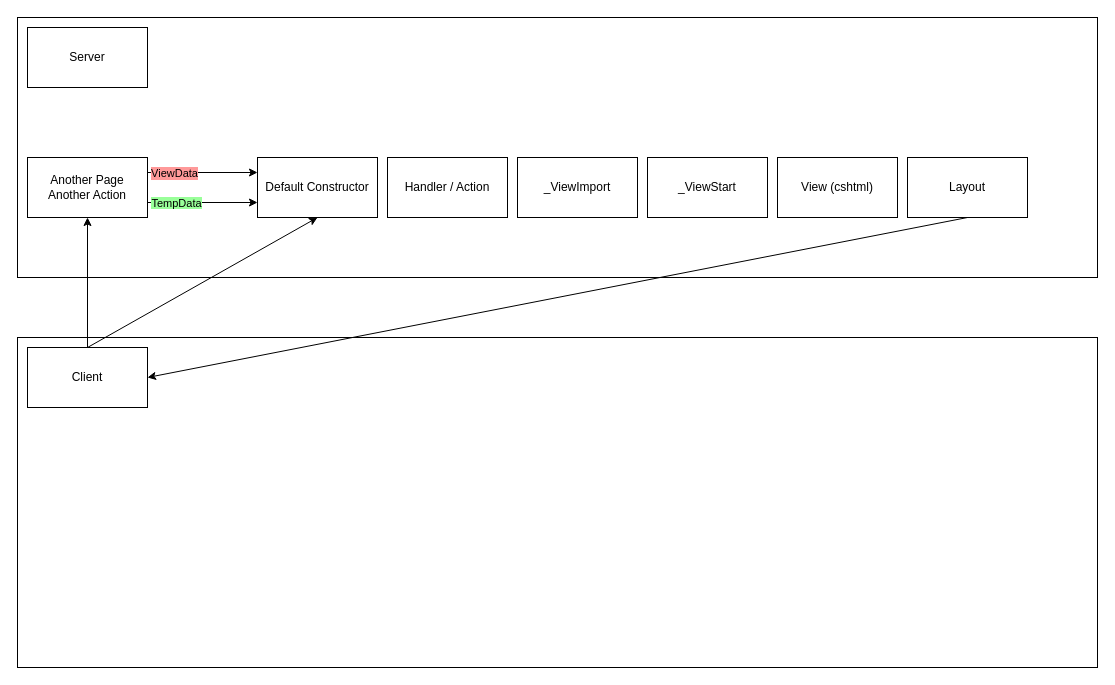
Dariush-Tasdighi/Learning-ASP.NET-Core-Razor-Pages-Bootstrap-5 keeps this draw.io diagram as Server/Documents/ViewData_TempData.drawio. Above is the earlier version. Source tidied: cells renumbered, new cells numbered last; positions are measured from the earlier drawing's top-left corner, leaving out a move shared by most shapes. Both pictures are drawn from the tidied source at 100%, with x=0, y=0 at pixel (17, 17).
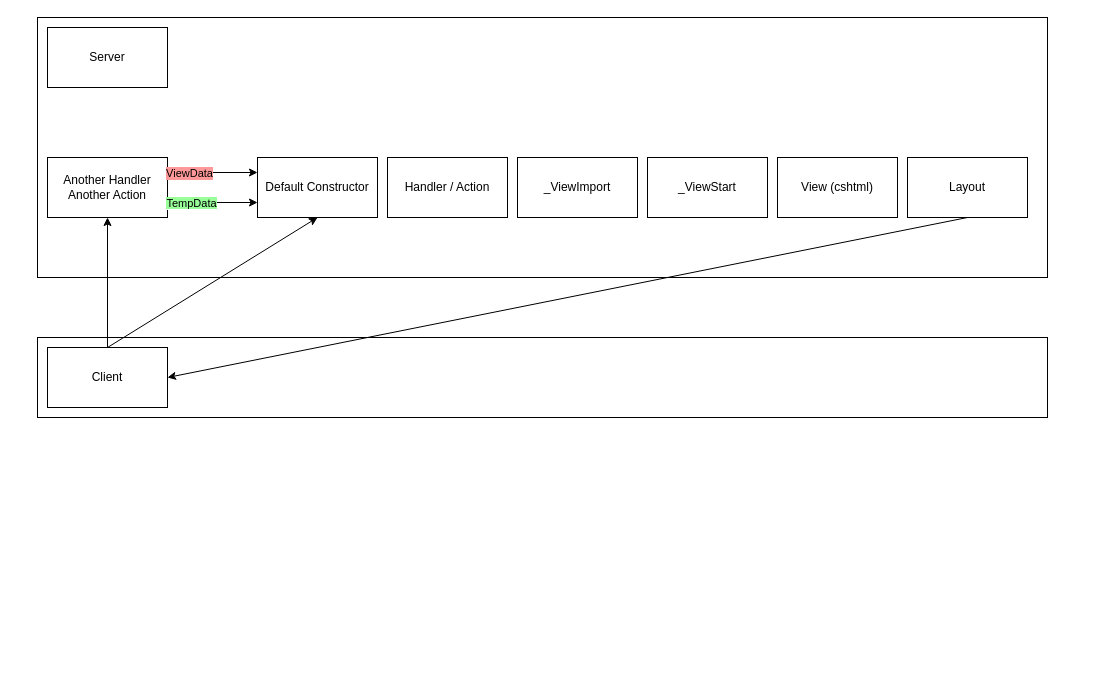
The same page after the edit.

Change to the diagram source:
```diff
@@
     <mxCell id="2" style="rounded=0;whiteSpace=wrap;html=1;" parent="1" vertex="1">
-      <mxGeometry width="1080" height="260" as="geometry" />
+      <mxGeometry x="20" width="1010" height="260" as="geometry" />
     </mxCell>
     <mxCell id="3" value="Server" style="rounded=0;whiteSpace=wrap;html=1;" parent="1" vertex="1">
-      <mxGeometry x="10" y="10" width="120" height="60" as="geometry" />
+      <mxGeometry x="30" y="10" width="120" height="60" as="geometry" />
     </mxCell>
     <mxCell id="4" style="rounded=0;whiteSpace=wrap;html=1;" parent="1" vertex="1">
-      <mxGeometry y="320" width="1080" height="330" as="geometry" />
+      <mxGeometry x="20" y="320" width="1010" height="80" as="geometry" />
     </mxCell>
     <mxCell id="5" value="Client" style="rounded=0;whiteSpace=wrap;html=1;" parent="1" vertex="1">
-      <mxGeometry x="10" y="330" width="120" height="60" as="geometry" />
+      <mxGeometry x="30" y="330" width="120" height="60" as="geometry" />
     </mxCell>
@@
-    <mxCell id="12" value="Another Page&lt;br&gt;Another Action" style="rounded=0;whiteSpace=wrap;html=1;" parent="1" vertex="1">
-      <mxGeometry x="10" y="140" width="120" height="60" as="geometry" />
+    <mxCell id="12" value="Another Handler&lt;br&gt;Another Action" style="rounded=0;whiteSpace=wrap;html=1;" parent="1" vertex="1">
+      <mxGeometry x="30" y="140" width="120" height="60" as="geometry" />
     </mxCell>
@@
     <mxCell id="19" style="endArrow=classic;html=1;rounded=0;entryX=0.5;entryY=1;entryDx=0;entryDy=0;" parent="1" edge="1" target="12">
       <mxGeometry relative="1" as="geometry">
-        <mxPoint x="70" y="330" as="sourcePoint" />
+        <mxPoint x="90" y="330" as="sourcePoint" />
       </mxGeometry>
     </mxCell>
```
